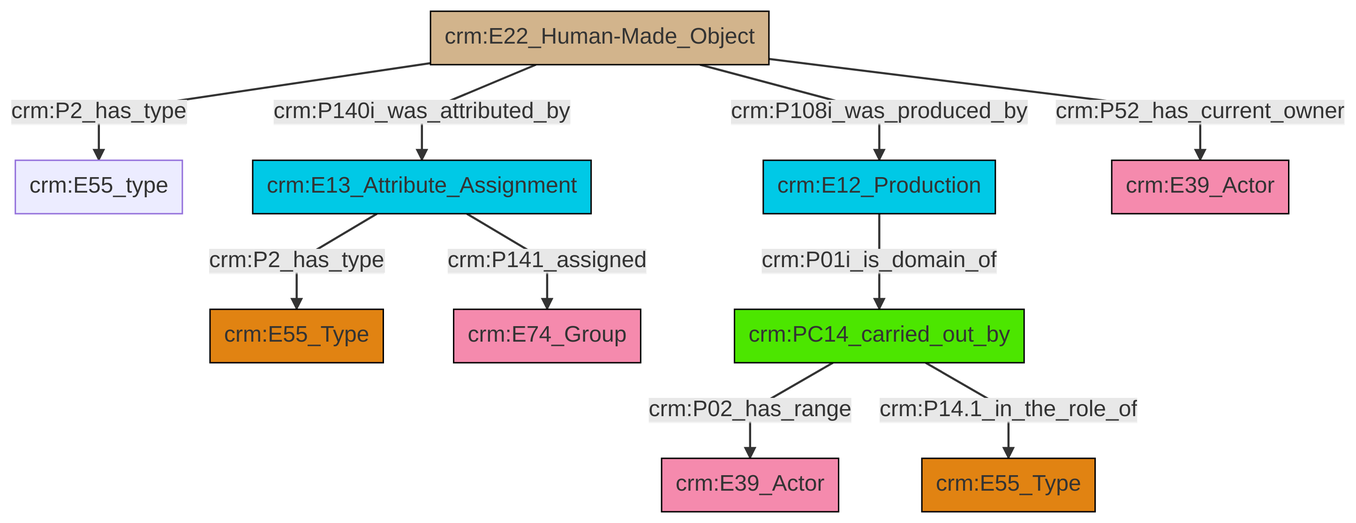
swiss-art-research-net/reference-data-models keeps this Mermaid diagram as et/builtWorkCSV/ttl/mmd/png/Built_Work_actor_relations.png. Above is the earlier version. Its source is kept beside it as et/builtWorkCSV/ttl/mmd/Built_Work_actor_relations.ttl.mmd.
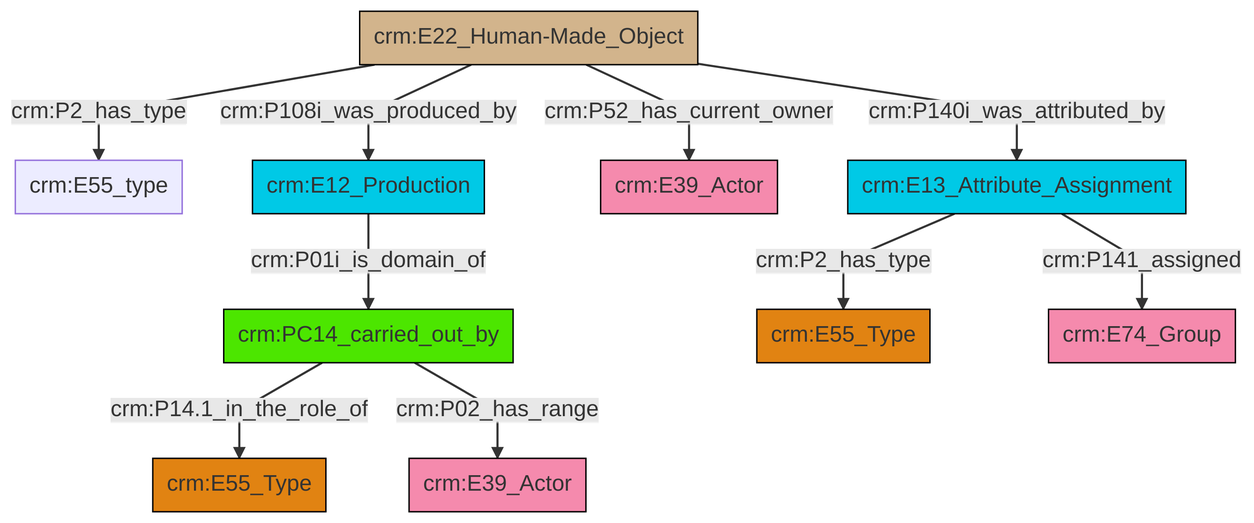
Later version of the same file.

The edit, as a diff of the source:
```diff
@@ -13,12 +13,12 @@
 classDef PC_Classes fill:#4ce600, stroke:#000000;
 classDef Multi fill:#cccccc,stroke:#000000;
 
-0["crm:E22_Human-Made_Object"]:::Physical_Thing -->|crm:P2_has_type| 1["crm:E55_type"]:::Default
-11["crm:PC14_carried_out_by"]:::PC_Classes -->|crm:P02_has_range| 12["crm:E39_Actor"]:::Actor
-0["crm:E22_Human-Made_Object"]:::Physical_Thing -->|crm:P140i_was_attributed_by| 9["crm:E13_Attribute_Assignment"]:::Temporal_Entity
-11["crm:PC14_carried_out_by"]:::PC_Classes -->|crm:P14.1_in_the_role_of| 7["crm:E55_Type"]:::Type
-0["crm:E22_Human-Made_Object"]:::Physical_Thing -->|crm:P108i_was_produced_by| 17["crm:E12_Production"]:::Temporal_Entity
-0["crm:E22_Human-Made_Object"]:::Physical_Thing -->|crm:P52_has_current_owner| 18["crm:E39_Actor"]:::Actor
-9["crm:E13_Attribute_Assignment"]:::Temporal_Entity -->|crm:P2_has_type| 2["crm:E55_Type"]:::Type
-17["crm:E12_Production"]:::Temporal_Entity -->|crm:P01i_is_domain_of| 11["crm:PC14_carried_out_by"]:::PC_Classes
-9["crm:E13_Attribute_Assignment"]:::Temporal_Entity -->|crm:P141_assigned| 4["crm:E74_Group"]:::Actor
+6["crm:E22_Human-Made_Object"]:::Physical_Thing -->|crm:P2_has_type| 4["crm:E55_type"]:::Default
+7["crm:PC14_carried_out_by"]:::PC_Classes -->|crm:P14.1_in_the_role_of| 2["crm:E55_Type"]:::Type
+6["crm:E22_Human-Made_Object"]:::Physical_Thing -->|crm:P108i_was_produced_by| 8["crm:E12_Production"]:::Temporal_Entity
+14["crm:E13_Attribute_Assignment"]:::Temporal_Entity -->|crm:P141_assigned| 15["crm:E74_Group"]:::Actor
+6["crm:E22_Human-Made_Object"]:::Physical_Thing -->|crm:P52_has_current_owner| 9["crm:E39_Actor"]:::Actor
+7["crm:PC14_carried_out_by"]:::PC_Classes -->|crm:P02_has_range| 0["crm:E39_Actor"]:::Actor
+6["crm:E22_Human-Made_Object"]:::Physical_Thing -->|crm:P140i_was_attributed_by| 14["crm:E13_Attribute_Assignment"]:::Temporal_Entity
+8["crm:E12_Production"]:::Temporal_Entity -->|crm:P01i_is_domain_of| 7["crm:PC14_carried_out_by"]:::PC_Classes
+14["crm:E13_Attribute_Assignment"]:::Temporal_Entity -->|crm:P2_has_type| 11["crm:E55_Type"]:::Type
```
